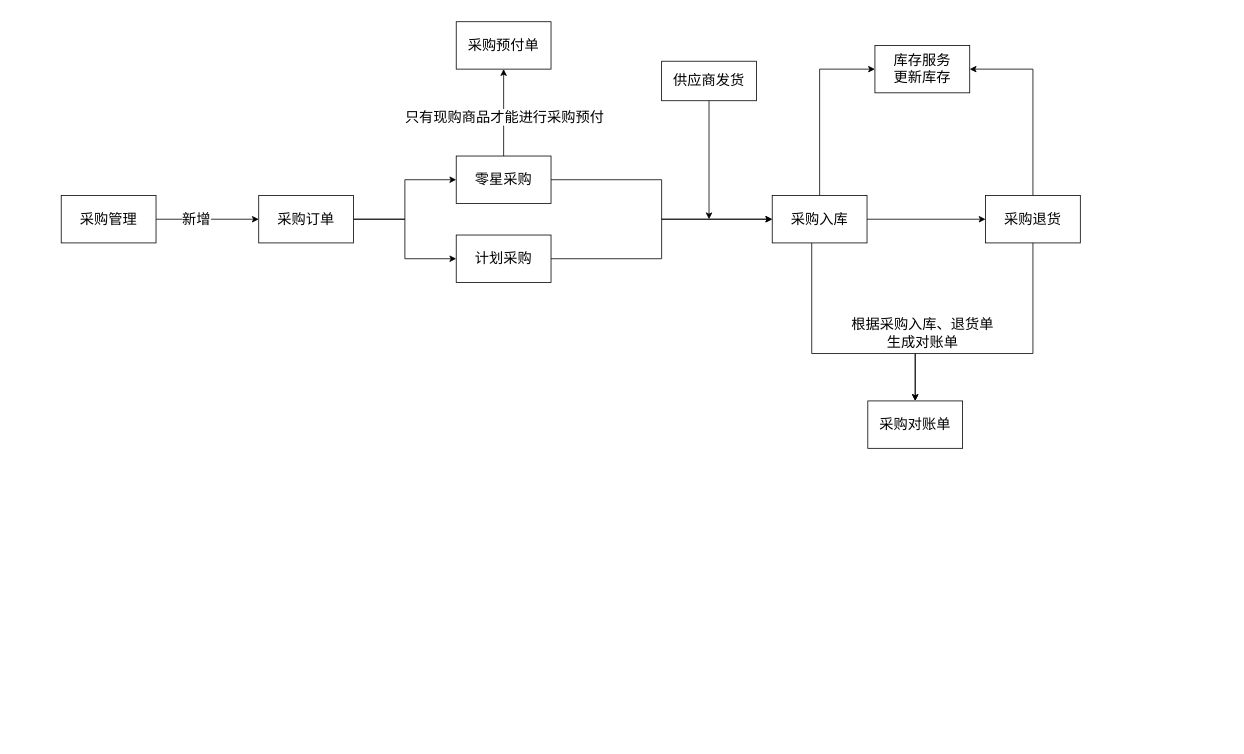
Above: ERP采购流程.drawio in linbingxing/mind (draw.io), before the change. Source tidied: cells renumbered, new cells numbered last; positions are measured from the earlier drawing's top-left corner, leaving out a move shared by most shapes. Both pictures are drawn from the tidied source at 79%, with x=0, y=0 at pixel (61, 21).
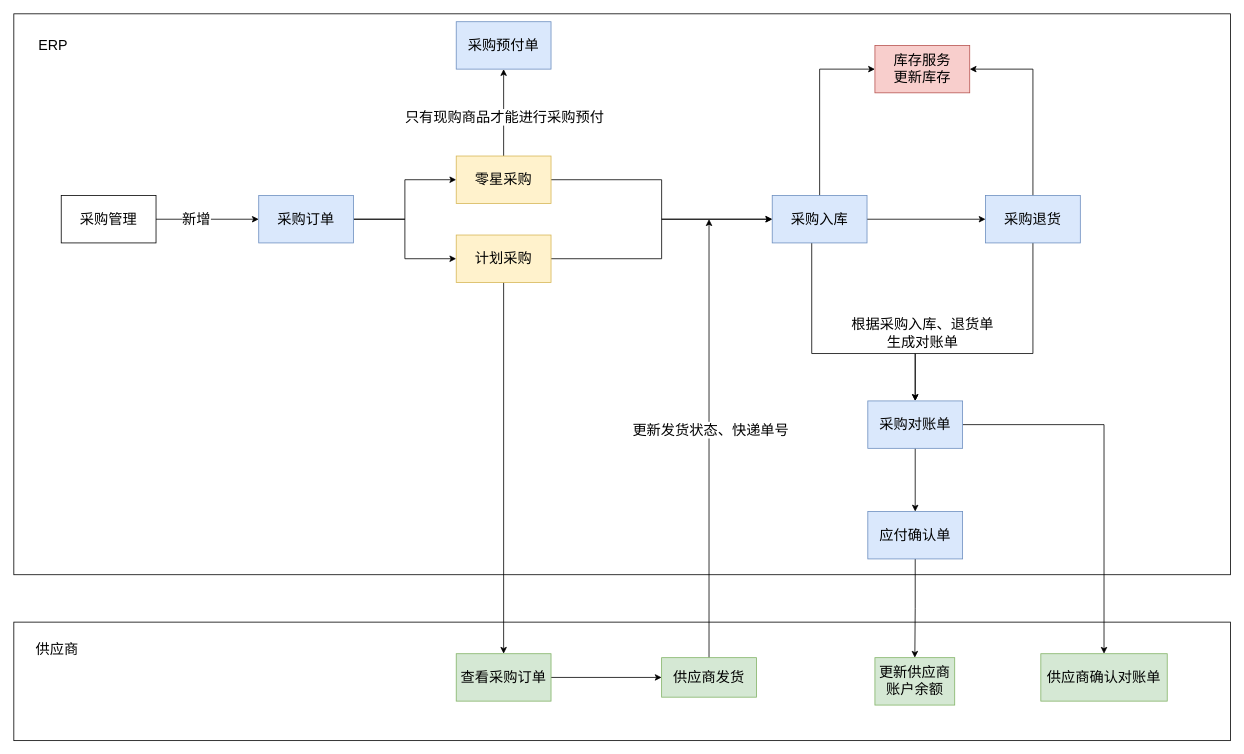
The same diagram, later.

Commit message (it also covers changes not shown here):
更新ERP采购流程.drawio

Unchanged cells that the change refers to:
```xml
<mxCell id="21" style="edgeStyle=orthogonalEdgeStyle;rounded=0;jettySize=auto;html=1;fontSize=18;" parent="1" edge="1" source="22">
  <mxGeometry relative="1" as="geometry">
    <mxPoint x="820" y="250" as="targetPoint" />
  </mxGeometry>
</mxCell>
```

Diff of the diagram source:
```diff
@@
+    <mxCell id="27" style="rounded=0;whiteSpace=wrap;html=1;fontSize=18;" parent="1" vertex="1">
+      <mxGeometry x="-60" y="760" width="1540" height="150" as="geometry" />
+    </mxCell>
+    <mxCell id="28" style="rounded=0;whiteSpace=wrap;html=1;fontSize=18;" parent="1" vertex="1">
+      <mxGeometry x="-60" y="-10" width="1540" height="710" as="geometry" />
+    </mxCell>
@@
-    <mxCell id="7" value="采购订单" style="rounded=0;whiteSpace=wrap;html=1;fontSize=18;" parent="1" vertex="1">
+    <mxCell id="7" value="采购订单" style="rounded=0;whiteSpace=wrap;html=1;fontSize=18;fillColor=#dae8fc;strokeColor=#6c8ebf;" parent="1" vertex="1">
       <mxGeometry x="250" y="220" width="120" height="60" as="geometry" />
     </mxCell>
@@
+    <mxCell id="29" style="edgeStyle=orthogonalEdgeStyle;rounded=0;jettySize=auto;html=1;fontSize=18;" parent="1" edge="1" source="9" target="40">
+      <mxGeometry relative="1" as="geometry" />
+    </mxCell>
-    <mxCell id="9" value="计划采购" style="whiteSpace=wrap;html=1;rounded=0;fontSize=18;" parent="1" vertex="1">
+    <mxCell id="9" value="计划采购" style="whiteSpace=wrap;html=1;rounded=0;fontSize=18;fillColor=#fff2cc;strokeColor=#d6b656;" parent="1" vertex="1">
       <mxGeometry x="500" y="270" width="120" height="60" as="geometry" />
     </mxCell>
@@
-    <mxCell id="13" value="零星采购" style="whiteSpace=wrap;html=1;rounded=0;fontSize=18;" parent="1" vertex="1">
+    <mxCell id="13" value="零星采购" style="whiteSpace=wrap;html=1;rounded=0;fontSize=18;fillColor=#fff2cc;strokeColor=#d6b656;" parent="1" vertex="1">
       <mxGeometry x="500" y="170" width="120" height="60" as="geometry" />
     </mxCell>
@@
-    <mxCell id="17" value="采购入库" style="rounded=0;whiteSpace=wrap;html=1;fontSize=18;" parent="1" vertex="1">
+    <mxCell id="17" value="采购入库" style="rounded=0;whiteSpace=wrap;html=1;fontSize=18;fillColor=#dae8fc;strokeColor=#6c8ebf;" parent="1" vertex="1">
       <mxGeometry x="900" y="220" width="120" height="60" as="geometry" />
     </mxCell>
@@
-    <mxCell id="20" value="采购退货" style="rounded=0;whiteSpace=wrap;html=1;fontSize=18;" parent="1" vertex="1">
+    <mxCell id="20" value="采购退货" style="rounded=0;whiteSpace=wrap;html=1;fontSize=18;fillColor=#dae8fc;strokeColor=#6c8ebf;" parent="1" vertex="1">
       <mxGeometry x="1170" y="220" width="120" height="60" as="geometry" />
     </mxCell>
@@
+    <mxCell id="30" value="更新发货状态、快递单号" style="edgeLabel;html=1;align=center;verticalAlign=middle;fontSize=18;" parent="21" vertex="1">
+      <mxGeometry x="0.04" y="-1" relative="1" as="geometry" />
+    </mxCell>
-    <mxCell id="22" value="供应商发货" style="rounded=0;whiteSpace=wrap;html=1;fontSize=18;" parent="1" vertex="1">
-      <mxGeometry x="760" y="50" width="120" height="50" as="geometry" />
+    <mxCell id="22" value="供应商发货" style="rounded=0;whiteSpace=wrap;html=1;fontSize=18;fillColor=#d5e8d4;strokeColor=#82b366;" parent="1" vertex="1">
+      <mxGeometry x="760" y="805" width="120" height="50" as="geometry" />
     </mxCell>
-    <mxCell id="23" value="采购预付单" style="whiteSpace=wrap;html=1;fontSize=18;rounded=0;" parent="1" vertex="1">
+    <mxCell id="23" value="采购预付单" style="whiteSpace=wrap;html=1;fontSize=18;rounded=0;fillColor=#dae8fc;strokeColor=#6c8ebf;" parent="1" vertex="1">
       <mxGeometry x="500" width="120" height="60" as="geometry" />
     </mxCell>
-    <mxCell id="24" value="库存服务&lt;br&gt;更新库存" style="rounded=0;whiteSpace=wrap;html=1;fontSize=18;" parent="1" vertex="1">
+    <mxCell id="24" value="库存服务&lt;br&gt;更新库存" style="rounded=0;whiteSpace=wrap;html=1;fontSize=18;fillColor=#f8cecc;strokeColor=#b85450;" parent="1" vertex="1">
       <mxGeometry x="1030" y="30" width="120" height="60" as="geometry" />
     </mxCell>
+    <mxCell id="31" style="edgeStyle=orthogonalEdgeStyle;rounded=0;jettySize=auto;html=1;fontSize=18;" parent="1" edge="1" source="25" target="33">
+      <mxGeometry relative="1" as="geometry" />
+    </mxCell>
+    <mxCell id="32" style="edgeStyle=orthogonalEdgeStyle;rounded=0;jettySize=auto;html=1;fontSize=18;" parent="1" edge="1" source="25" target="35">
+      <mxGeometry relative="1" as="geometry" />
+    </mxCell>
-    <mxCell id="25" value="采购对账单" style="rounded=0;whiteSpace=wrap;html=1;fontSize=18;" parent="1" vertex="1">
+    <mxCell id="25" value="采购对账单" style="rounded=0;whiteSpace=wrap;html=1;fontSize=18;fillColor=#dae8fc;strokeColor=#6c8ebf;" parent="1" vertex="1">
       <mxGeometry x="1021" y="480" width="120" height="60" as="geometry" />
     </mxCell>
@@
+    <mxCell id="33" value="供应商确认对账单" style="whiteSpace=wrap;html=1;fontSize=18;rounded=0;fillColor=#d5e8d4;strokeColor=#82b366;" parent="1" vertex="1">
+      <mxGeometry x="1240" y="800" width="160" height="60" as="geometry" />
+    </mxCell>
+    <mxCell id="34" style="edgeStyle=orthogonalEdgeStyle;rounded=0;jettySize=auto;html=1;fontSize=18;" parent="1" edge="1" source="35" target="38">
+      <mxGeometry relative="1" as="geometry" />
+    </mxCell>
+    <mxCell id="35" value="应付确认单" style="whiteSpace=wrap;html=1;fontSize=18;rounded=0;fillColor=#dae8fc;strokeColor=#6c8ebf;" parent="1" vertex="1">
+      <mxGeometry x="1021" y="620" width="120" height="60" as="geometry" />
+    </mxCell>
+    <mxCell id="36" value="ERP" style="text;html=1;strokeColor=none;fillColor=none;align=center;verticalAlign=middle;whiteSpace=wrap;rounded=0;fontSize=18;" parent="1" vertex="1">
+      <mxGeometry x="-40" y="15" width="60" height="30" as="geometry" />
+    </mxCell>
+    <mxCell id="37" value="供应商" style="text;html=1;strokeColor=none;fillColor=none;align=center;verticalAlign=middle;whiteSpace=wrap;rounded=0;fontSize=18;" parent="1" vertex="1">
+      <mxGeometry x="-40" y="780" width="70" height="30" as="geometry" />
+    </mxCell>
+    <mxCell id="38" value="更新供应商账户余额" style="rounded=0;whiteSpace=wrap;html=1;fontSize=18;fillColor=#d5e8d4;strokeColor=#82b366;" parent="1" vertex="1">
+      <mxGeometry x="1030" y="805" width="101" height="60" as="geometry" />
+    </mxCell>
+    <mxCell id="39" style="edgeStyle=orthogonalEdgeStyle;rounded=0;jettySize=auto;html=1;fontSize=18;" parent="1" edge="1" source="40" target="22">
+      <mxGeometry relative="1" as="geometry" />
+    </mxCell>
+    <mxCell id="40" value="查看采购订单" style="rounded=0;whiteSpace=wrap;html=1;fontSize=18;fillColor=#d5e8d4;strokeColor=#82b366;" parent="1" vertex="1">
+      <mxGeometry x="500" y="800" width="120" height="60" as="geometry" />
+    </mxCell>
```
